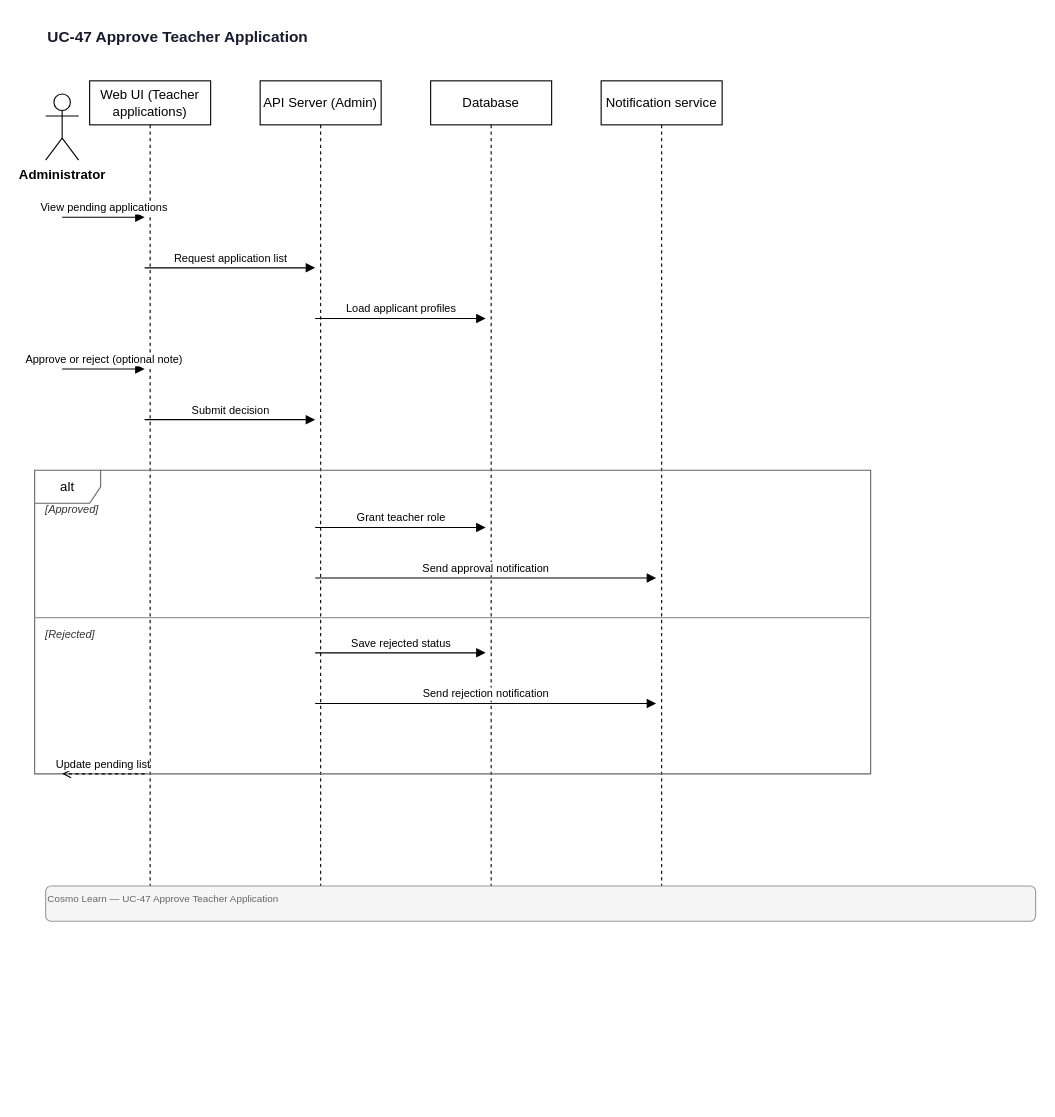
The draw.io diagram docs/diagrams/sequence/UC-47-Approve-Teacher.drawio in quangg1/ASTRO_EDU, before the edit. Source tidied: cells renumbered, new cells numbered last; positions are measured from the earlier drawing's top-left corner, leaving out a move shared by most shapes. Both pictures are drawn from the tidied source at 110%, with x=0, y=0 at pixel (34, 19).
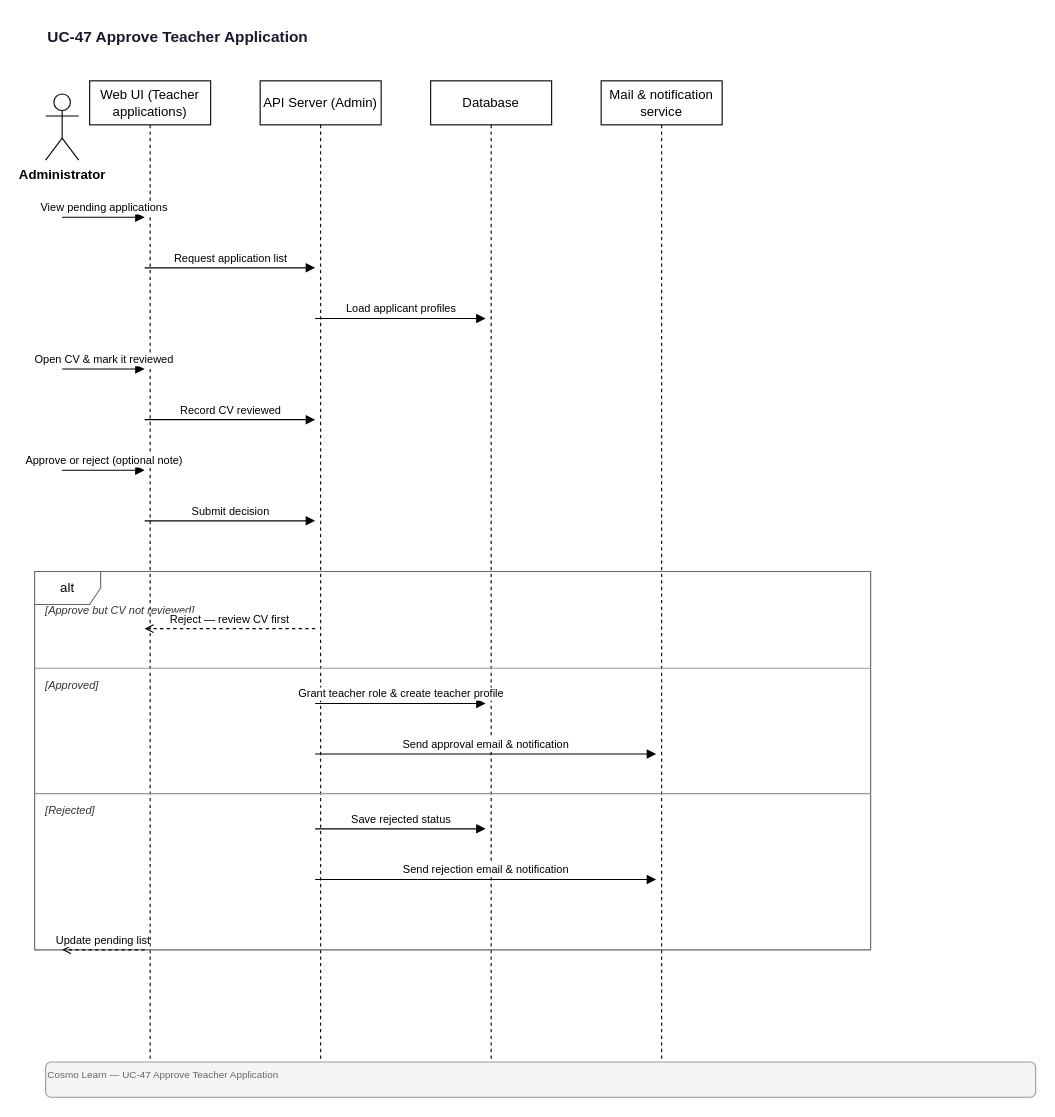
The same page after the edit.

Change to the diagram source:
```diff
@@
     <mxCell id="4" value="Web UI (Teacher applications)" style="shape=umlLifeline;perimeter=lifelinePerimeter;whiteSpace=wrap;html=1;size=40;" parent="1" vertex="1">
-      <mxGeometry x="50" y="56" width="110" height="734" as="geometry" />
+      <mxGeometry x="50" y="56" width="110" height="894" as="geometry" />
     </mxCell>
     <mxCell id="5" value="API Server (Admin)" style="shape=umlLifeline;perimeter=lifelinePerimeter;whiteSpace=wrap;html=1;size=40;" parent="1" vertex="1">
-      <mxGeometry x="205" y="56" width="110" height="734" as="geometry" />
+      <mxGeometry x="205" y="56" width="110" height="894" as="geometry" />
     </mxCell>
     <mxCell id="6" value="Database" style="shape=umlLifeline;perimeter=lifelinePerimeter;whiteSpace=wrap;html=1;size=40;" parent="1" vertex="1">
-      <mxGeometry x="360" y="56" width="110" height="734" as="geometry" />
+      <mxGeometry x="360" y="56" width="110" height="894" as="geometry" />
     </mxCell>
-    <mxCell id="7" value="Notification service" style="shape=umlLifeline;perimeter=lifelinePerimeter;whiteSpace=wrap;html=1;size=40;" parent="1" vertex="1">
-      <mxGeometry x="515" y="56" width="110" height="734" as="geometry" />
+    <mxCell id="7" value="Mail &amp; notification service" style="shape=umlLifeline;perimeter=lifelinePerimeter;whiteSpace=wrap;html=1;size=40;" parent="1" vertex="1">
+      <mxGeometry x="515" y="56" width="110" height="894" as="geometry" />
     </mxCell>
@@
-    <mxCell id="11" value="Approve or reject (optional note)" style="endArrow=block;endFill=1;html=1;fontSize=10;verticalAlign=bottom;" parent="1" edge="1">
+    <mxCell id="11" value="Open CV &amp; mark it reviewed" style="endArrow=block;endFill=1;html=1;fontSize=10;verticalAlign=bottom;" parent="1" edge="1">
       <mxGeometry relative="1" as="geometry">
         <mxPoint x="25" y="318" as="sourcePoint" />
         <mxPoint x="100" y="318" as="targetPoint" />
       </mxGeometry>
     </mxCell>
-    <mxCell id="12" value="Submit decision" style="endArrow=block;endFill=1;html=1;fontSize=10;verticalAlign=bottom;" parent="1" edge="1">
+    <mxCell id="12" value="Record CV reviewed" style="endArrow=block;endFill=1;html=1;fontSize=10;verticalAlign=bottom;" parent="1" edge="1">
       <mxGeometry relative="1" as="geometry">
         <mxPoint x="100" y="364" as="sourcePoint" />
         <mxPoint x="255" y="364" as="targetPoint" />
       </mxGeometry>
     </mxCell>
-    <mxCell id="13" value="alt" style="shape=umlFrame;whiteSpace=wrap;html=1;fillColor=none;strokeColor=#666666;" parent="1" vertex="1">
-      <mxGeometry y="410" width="760" height="276" as="geometry" />
+    <mxCell id="13" value="Approve or reject (optional note)" style="endArrow=block;endFill=1;html=1;fontSize=10;verticalAlign=bottom;" parent="1" edge="1">
+      <mxGeometry relative="1" as="geometry">
+        <mxPoint x="25" y="410" as="sourcePoint" />
+        <mxPoint x="100" y="410" as="targetPoint" />
+      </mxGeometry>
     </mxCell>
-    <mxCell id="14" value="[Approved]" style="text;html=1;strokeColor=none;fillColor=none;align=left;verticalAlign=middle;fontSize=10;fontStyle=2;fontColor=#333333;" parent="1" vertex="1">
-      <mxGeometry x="8" y="436" width="744" height="18" as="geometry" />
+    <mxCell id="14" value="Submit decision" style="endArrow=block;endFill=1;html=1;fontSize=10;verticalAlign=bottom;" parent="1" edge="1">
+      <mxGeometry relative="1" as="geometry">
+        <mxPoint x="100" y="456" as="sourcePoint" />
+        <mxPoint x="255" y="456" as="targetPoint" />
+      </mxGeometry>
     </mxCell>
-    <mxCell id="15" value="Grant teacher role" style="endArrow=block;endFill=1;html=1;fontSize=10;verticalAlign=bottom;" parent="1" edge="1">
-      <mxGeometry relative="1" as="geometry">
-        <mxPoint x="255" y="462" as="sourcePoint" />
-        <mxPoint x="410" y="462" as="targetPoint" />
-      </mxGeometry>
+    <mxCell id="15" value="alt" style="shape=umlFrame;whiteSpace=wrap;html=1;fillColor=none;strokeColor=#666666;" parent="1" vertex="1">
+      <mxGeometry y="502" width="760" height="344" as="geometry" />
     </mxCell>
-    <mxCell id="16" value="Send approval notification" style="endArrow=block;endFill=1;html=1;fontSize=10;verticalAlign=bottom;" parent="1" edge="1">
-      <mxGeometry relative="1" as="geometry">
-        <mxPoint x="255" y="508" as="sourcePoint" />
-        <mxPoint x="565" y="508" as="targetPoint" />
-      </mxGeometry>
+    <mxCell id="16" value="[Approve but CV not reviewed]" style="text;html=1;strokeColor=none;fillColor=none;align=left;verticalAlign=middle;fontSize=10;fontStyle=2;fontColor=#333333;" parent="1" vertex="1">
+      <mxGeometry x="8" y="528" width="744" height="18" as="geometry" />
     </mxCell>
-    <mxCell id="17" value="[Rejected]" style="text;html=1;strokeColor=none;fillColor=none;align=left;verticalAlign=middle;fontSize=10;fontStyle=2;fontColor=#333333;" parent="1" vertex="1">
-      <mxGeometry x="8" y="550" width="744" height="18" as="geometry" />
+    <mxCell id="17" value="Reject — review CV first" style="endArrow=open;endFill=0;html=1;dashed=1;fontSize=10;verticalAlign=bottom;" parent="1" edge="1">
+      <mxGeometry relative="1" as="geometry">
+        <mxPoint x="255" y="554" as="sourcePoint" />
+        <mxPoint x="100" y="554" as="targetPoint" />
+      </mxGeometry>
     </mxCell>
-    <mxCell id="18" style="endArrow=none;html=1;strokeWidth=1;strokeColor=#999999;" parent="1" edge="1">
-      <mxGeometry relative="1" as="geometry">
-        <mxPoint y="544" as="sourcePoint" />
-        <mxPoint x="760" y="544" as="targetPoint" />
-      </mxGeometry>
+    <mxCell id="18" value="[Approved]" style="text;html=1;strokeColor=none;fillColor=none;align=left;verticalAlign=middle;fontSize=10;fontStyle=2;fontColor=#333333;" parent="1" vertex="1">
+      <mxGeometry x="8" y="596" width="744" height="18" as="geometry" />
     </mxCell>
-    <mxCell id="19" value="Save rejected status" style="endArrow=block;endFill=1;html=1;fontSize=10;verticalAlign=bottom;" parent="1" edge="1">
+    <mxCell id="19" style="endArrow=none;html=1;strokeWidth=1;strokeColor=#999999;" parent="1" edge="1">
       <mxGeometry relative="1" as="geometry">
-        <mxPoint x="255" y="576" as="sourcePoint" />
-        <mxPoint x="410" y="576" as="targetPoint" />
+        <mxPoint y="590" as="sourcePoint" />
+        <mxPoint x="760" y="590" as="targetPoint" />
       </mxGeometry>
     </mxCell>
-    <mxCell id="20" value="Send rejection notification" style="endArrow=block;endFill=1;html=1;fontSize=10;verticalAlign=bottom;" parent="1" edge="1">
+    <mxCell id="20" value="Grant teacher role &amp; create teacher profile" style="endArrow=block;endFill=1;html=1;fontSize=10;verticalAlign=bottom;" parent="1" edge="1">
       <mxGeometry relative="1" as="geometry">
         <mxPoint x="255" y="622" as="sourcePoint" />
-        <mxPoint x="565" y="622" as="targetPoint" />
+        <mxPoint x="410" y="622" as="targetPoint" />
       </mxGeometry>
     </mxCell>
-    <mxCell id="21" value="Update pending list" style="endArrow=open;endFill=0;html=1;dashed=1;fontSize=10;verticalAlign=bottom;" parent="1" edge="1">
+    <mxCell id="21" value="Send approval email &amp; notification" style="endArrow=block;endFill=1;html=1;fontSize=10;verticalAlign=bottom;" parent="1" edge="1">
       <mxGeometry relative="1" as="geometry">
-        <mxPoint x="100" y="686" as="sourcePoint" />
-        <mxPoint x="25" y="686" as="targetPoint" />
+        <mxPoint x="255" y="668" as="sourcePoint" />
+        <mxPoint x="565" y="668" as="targetPoint" />
       </mxGeometry>
     </mxCell>
-    <mxCell id="22" value="Cosmo Learn — UC-47 Approve Teacher Application" style="text;html=1;strokeColor=#999;fillColor=#f5f5f5;align=left;verticalAlign=top;fontSize=9;fontColor=#666;rounded=1;" parent="1" vertex="1">
-      <mxGeometry x="10" y="788" width="900" height="32" as="geometry" />
+    <mxCell id="22" value="[Rejected]" style="text;html=1;strokeColor=none;fillColor=none;align=left;verticalAlign=middle;fontSize=10;fontStyle=2;fontColor=#333333;" parent="1" vertex="1">
+      <mxGeometry x="8" y="710" width="744" height="18" as="geometry" />
     </mxCell>
+    <mxCell id="23" style="endArrow=none;html=1;strokeWidth=1;strokeColor=#999999;" parent="1" edge="1">
+      <mxGeometry relative="1" as="geometry">
+        <mxPoint y="704" as="sourcePoint" />
+        <mxPoint x="760" y="704" as="targetPoint" />
+      </mxGeometry>
+    </mxCell>
+    <mxCell id="24" value="Save rejected status" style="endArrow=block;endFill=1;html=1;fontSize=10;verticalAlign=bottom;" parent="1" edge="1">
+      <mxGeometry relative="1" as="geometry">
+        <mxPoint x="255" y="736" as="sourcePoint" />
+        <mxPoint x="410" y="736" as="targetPoint" />
+      </mxGeometry>
+    </mxCell>
+    <mxCell id="25" value="Send rejection email &amp; notification" style="endArrow=block;endFill=1;html=1;fontSize=10;verticalAlign=bottom;" parent="1" edge="1">
+      <mxGeometry relative="1" as="geometry">
+        <mxPoint x="255" y="782" as="sourcePoint" />
+        <mxPoint x="565" y="782" as="targetPoint" />
+      </mxGeometry>
+    </mxCell>
+    <mxCell id="26" value="Update pending list" style="endArrow=open;endFill=0;html=1;dashed=1;fontSize=10;verticalAlign=bottom;" parent="1" edge="1">
+      <mxGeometry relative="1" as="geometry">
+        <mxPoint x="100" y="846" as="sourcePoint" />
+        <mxPoint x="25" y="846" as="targetPoint" />
+      </mxGeometry>
+    </mxCell>
+    <mxCell id="27" value="Cosmo Learn — UC-47 Approve Teacher Application" style="text;html=1;strokeColor=#999;fillColor=#f5f5f5;align=left;verticalAlign=top;fontSize=9;fontColor=#666;rounded=1;" parent="1" vertex="1">
+      <mxGeometry x="10" y="948" width="900" height="32" as="geometry" />
+    </mxCell>
```
